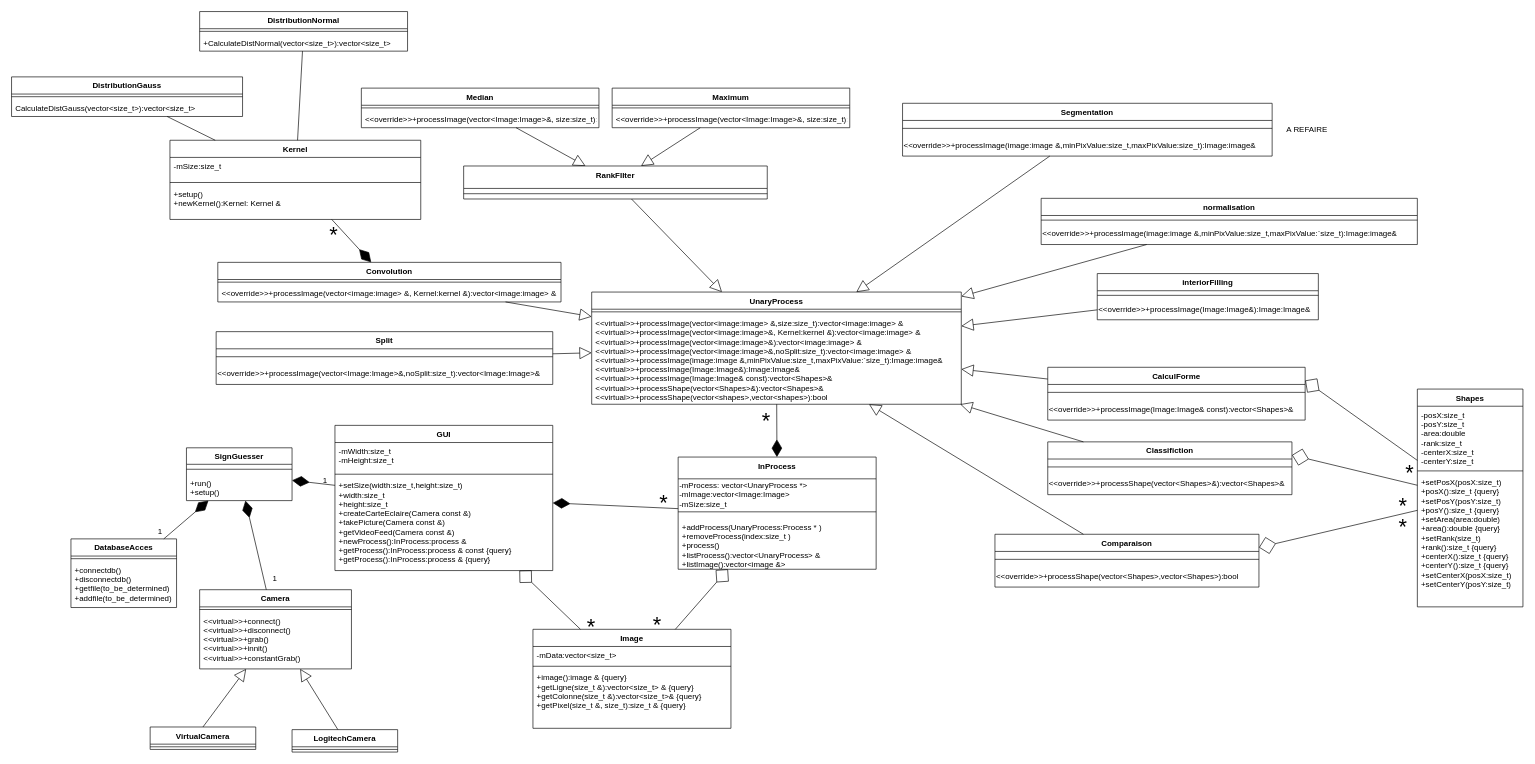
The draw.io diagram class_diagramm.drawio in VincentRochon/B65_Synth, before the edit. Source tidied: cells renumbered, new cells numbered last; positions are measured from the earlier drawing's top-left corner, leaving out a move shared by most shapes. Both pictures are drawn from the tidied source at 66%, with x=0, y=0 at pixel (11, 11).
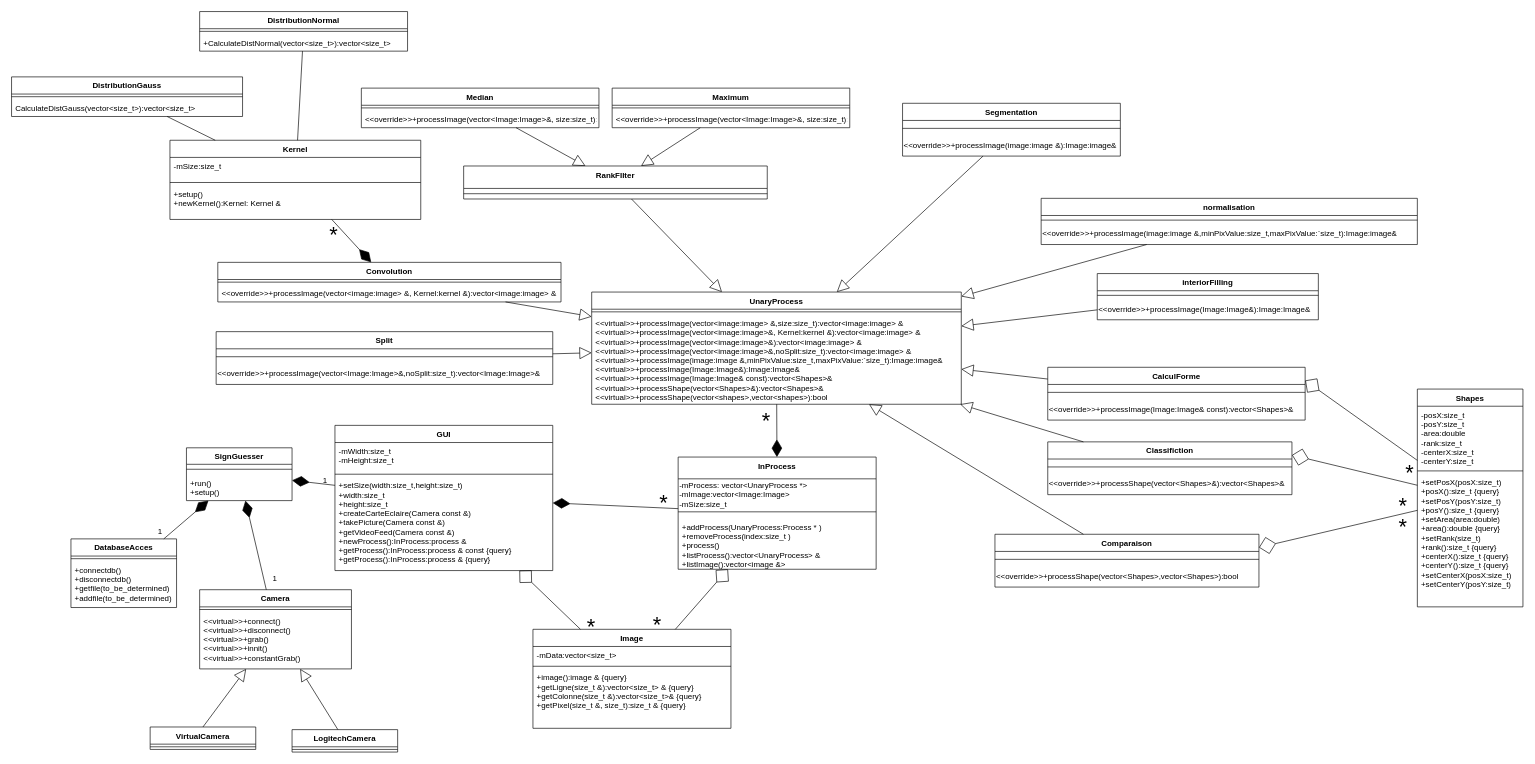
Above is the later version.

Change to the diagram source:
```diff
@@
     <mxCell id="14" value="Segmentation" style="swimlane;fontStyle=1;align=center;verticalAlign=top;horizontal=1;startSize=26;" parent="1" vertex="1">
-      <mxGeometry x="1350" y="139" width="560" height="80" as="geometry" />
+      <mxGeometry x="1350" y="139" width="330" height="80" as="geometry" />
     </mxCell>
     <mxCell id="15" style="line;strokeWidth=1;fillColor=none;align=left;verticalAlign=middle;spacingTop=-1;spacingLeft=3;spacingRight=3;labelPosition=right;" parent="14" vertex="1">
-      <mxGeometry y="26" width="560" height="24" as="geometry" />
+      <mxGeometry y="26" width="330" height="24" as="geometry" />
     </mxCell>
-    <mxCell id="16" value="&amp;lt;&amp;lt;override&amp;gt;&amp;gt;+processImage(image:image &amp;amp;,minPixValue:size_t,maxPixValue:size_t):Image:image&amp;amp;" style="text;html=1;" parent="14" vertex="1">
-      <mxGeometry y="50" width="560" height="30" as="geometry" />
+    <mxCell id="16" value="&amp;lt;&amp;lt;override&amp;gt;&amp;gt;+processImage(image:image &amp;amp;):Image:image&amp;amp;" style="text;html=1;" parent="14" vertex="1">
+      <mxGeometry y="50" width="330" height="30" as="geometry" />
     </mxCell>
@@
-    <mxCell id="113" value="A REFAIRE" style="text;html=1;align=left;verticalAlign=top;spacingTop=-4;" parent="1" vertex="1">
-      <mxGeometry x="1930" y="169" width="80" height="20" as="geometry" />
-    </mxCell>
```
